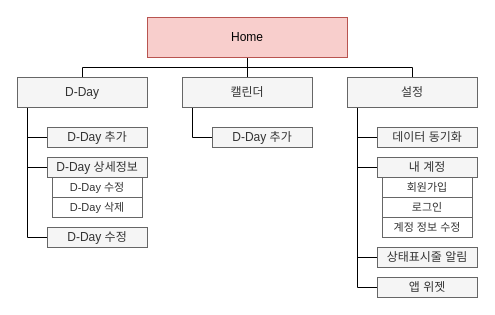
Before: menu tree.drawio in baechuTree/softwareEngineering, a draw.io diagram. Source tidied: cells renumbered, new cells numbered last; positions are measured from the earlier drawing's top-left corner, leaving out a move shared by most shapes. Both pictures are drawn from the tidied source at 100%, with x=0, y=0 at pixel (17, 17).
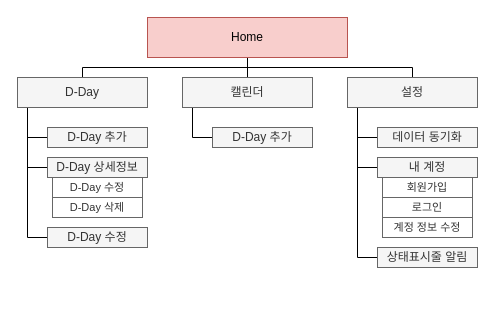
Above is the later version.

The change refers to these unchanged cells:
```xml
<mxCell id="20" value="설정" style="rounded=0;whiteSpace=wrap;html=1;fillColor=#f5f5f5;fontColor=#333333;strokeColor=#666666;" parent="1" vertex="1">
  <mxGeometry x="330" y="60" width="130" height="30" as="geometry" />
</mxCell>
```

Diff of the diagram source:
```diff
@@
-    <mxCell id="19" style="edgeStyle=orthogonalEdgeStyle;rounded=0;jettySize=auto;html=1;entryX=0;entryY=0.5;entryDx=0;entryDy=0;endArrow=none;startFill=0;" parent="1" edge="1" source="20" target="22">
-      <mxGeometry relative="1" as="geometry">
-        <Array as="points">
-          <mxPoint x="340" y="270" />
-        </Array>
-      </mxGeometry>
-    </mxCell>
@@
-    <mxCell id="22" value="앱 위젯" style="rounded=0;whiteSpace=wrap;html=1;fillColor=#f5f5f5;fontColor=#333333;strokeColor=#666666;" parent="1" vertex="1">
-      <mxGeometry x="360" y="260" width="100" height="20" as="geometry" />
-    </mxCell>
```
